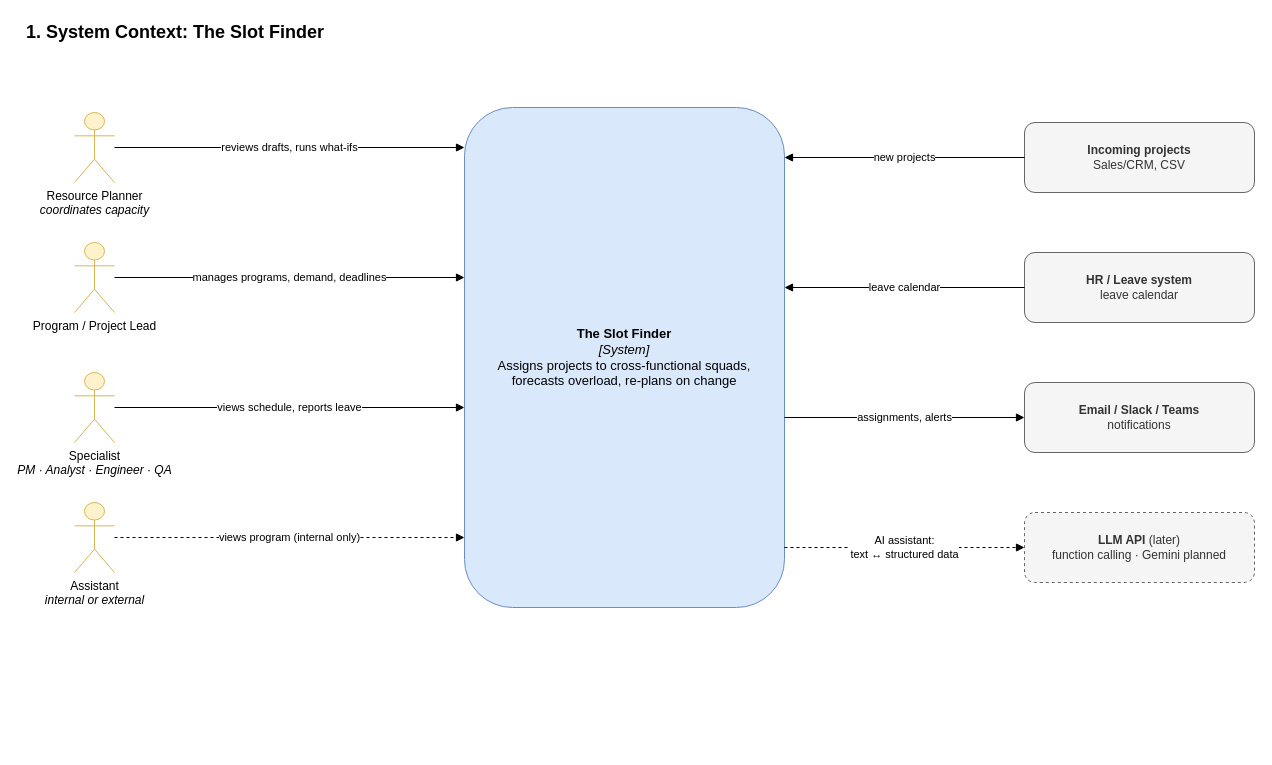
Earlier version of the draw.io diagram page "1. Context" (1 of 9) of docs/architecture.drawio (dophnamm/the-slot-finder). Source tidied: cells renumbered, new cells numbered last; positions are measured from the earlier drawing's top-left corner, leaving out a move shared by most shapes. Both pictures are drawn from the tidied source at 100%, with x=0, y=0 at pixel (24, 17).
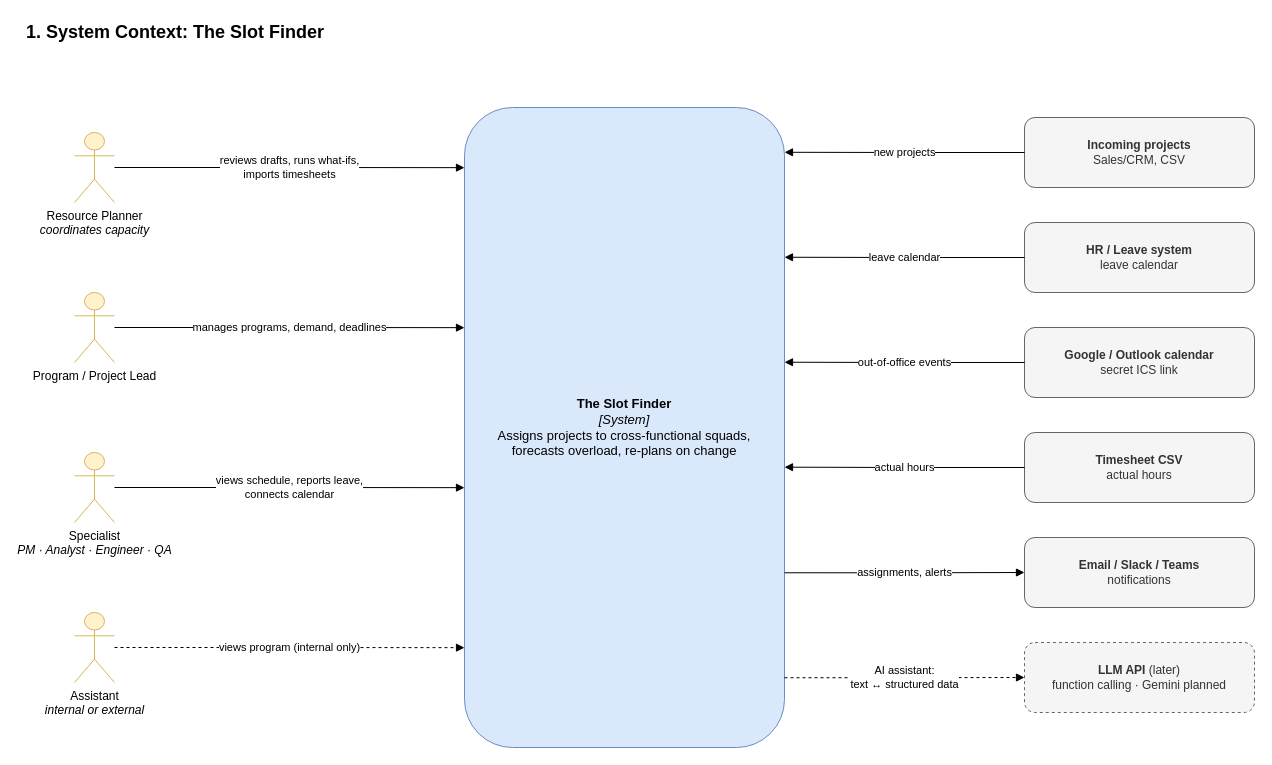
After the change.

Commit message (it also covers changes not shown here):
docs: calendars and actual hours in the architecture

Change to the diagram source:
```diff
@@
     <mxCell id="3" value="&lt;b&gt;The Slot Finder&lt;/b&gt;&lt;br&gt;&lt;i&gt;[System]&lt;/i&gt;&lt;br&gt;Assigns projects to cross-functional squads,&lt;br&gt;forecasts overload, re-plans on change" style="rounded=1;whiteSpace=wrap;html=1;fillColor=#dae8fc;strokeColor=#6c8ebf;fontSize=13;" parent="1" vertex="1">
-      <mxGeometry x="440" y="90" width="320" height="500" as="geometry" />
+      <mxGeometry x="440" y="90" width="320" height="640" as="geometry" />
     </mxCell>
     <mxCell id="4" value="Resource Planner&lt;br&gt;&lt;i&gt;coordinates capacity&lt;/i&gt;" style="shape=umlActor;verticalLabelPosition=bottom;verticalAlign=top;html=1;outlineConnect=0;fillColor=#fff2cc;strokeColor=#d6b656;" parent="1" vertex="1">
-      <mxGeometry x="50" y="95" width="40" height="70" as="geometry" />
+      <mxGeometry x="50" y="115" width="40" height="70" as="geometry" />
     </mxCell>
-    <mxCell id="5" value="reviews drafts, runs what-ifs" style="edgeStyle=orthogonalEdgeStyle;rounded=1;html=1;endArrow=block;endFill=1;fontSize=11;labelBackgroundColor=#ffffff;exitX=1;exitY=0.5;exitDx=0;exitDy=0;entryX=0;entryY=0.08;entryDx=0;entryDy=0;" parent="1" edge="1" source="4" target="3">
+    <mxCell id="5" value="reviews drafts, runs what-ifs,&lt;br&gt;imports timesheets" style="edgeStyle=orthogonalEdgeStyle;rounded=1;html=1;endArrow=block;endFill=1;fontSize=11;labelBackgroundColor=#ffffff;exitX=1;exitY=0.5;exitDx=0;exitDy=0;entryX=0;entryY=0.094;entryDx=0;entryDy=0;" parent="1" edge="1" source="4" target="3">
       <mxGeometry relative="1" as="geometry" />
     </mxCell>
     <mxCell id="6" value="Program / Project Lead" style="shape=umlActor;verticalLabelPosition=bottom;verticalAlign=top;html=1;outlineConnect=0;fillColor=#fff2cc;strokeColor=#d6b656;" parent="1" vertex="1">
-      <mxGeometry x="50" y="225" width="40" height="70" as="geometry" />
+      <mxGeometry x="50" y="275" width="40" height="70" as="geometry" />
     </mxCell>
-    <mxCell id="7" value="manages programs, demand, deadlines" style="edgeStyle=orthogonalEdgeStyle;rounded=1;html=1;endArrow=block;endFill=1;fontSize=11;labelBackgroundColor=#ffffff;exitX=1;exitY=0.5;exitDx=0;exitDy=0;entryX=0;entryY=0.34;entryDx=0;entryDy=0;" parent="1" edge="1" source="6" target="3">
+    <mxCell id="7" value="manages programs, demand, deadlines" style="edgeStyle=orthogonalEdgeStyle;rounded=1;html=1;endArrow=block;endFill=1;fontSize=11;labelBackgroundColor=#ffffff;exitX=1;exitY=0.5;exitDx=0;exitDy=0;entryX=0;entryY=0.344;entryDx=0;entryDy=0;" parent="1" edge="1" source="6" target="3">
       <mxGeometry relative="1" as="geometry" />
     </mxCell>
     <mxCell id="8" value="Specialist&lt;br&gt;&lt;i&gt;PM · Analyst · Engineer · QA&lt;/i&gt;" style="shape=umlActor;verticalLabelPosition=bottom;verticalAlign=top;html=1;outlineConnect=0;fillColor=#fff2cc;strokeColor=#d6b656;" parent="1" vertex="1">
-      <mxGeometry x="50" y="355" width="40" height="70" as="geometry" />
+      <mxGeometry x="50" y="435" width="40" height="70" as="geometry" />
     </mxCell>
-    <mxCell id="9" value="views schedule, reports leave" style="edgeStyle=orthogonalEdgeStyle;rounded=1;html=1;endArrow=block;endFill=1;fontSize=11;labelBackgroundColor=#ffffff;exitX=1;exitY=0.5;exitDx=0;exitDy=0;entryX=0;entryY=0.6;entryDx=0;entryDy=0;" parent="1" edge="1" source="8" target="3">
+    <mxCell id="9" value="views schedule, reports leave,&lt;br&gt;connects calendar" style="edgeStyle=orthogonalEdgeStyle;rounded=1;html=1;endArrow=block;endFill=1;fontSize=11;labelBackgroundColor=#ffffff;exitX=1;exitY=0.5;exitDx=0;exitDy=0;entryX=0;entryY=0.594;entryDx=0;entryDy=0;" parent="1" edge="1" source="8" target="3">
       <mxGeometry relative="1" as="geometry" />
     </mxCell>
     <mxCell id="10" value="Assistant&lt;br&gt;&lt;i&gt;internal or external&lt;/i&gt;" style="shape=umlActor;verticalLabelPosition=bottom;verticalAlign=top;html=1;outlineConnect=0;fillColor=#fff2cc;strokeColor=#d6b656;" parent="1" vertex="1">
-      <mxGeometry x="50" y="485" width="40" height="70" as="geometry" />
+      <mxGeometry x="50" y="595" width="40" height="70" as="geometry" />
     </mxCell>
-    <mxCell id="11" value="views program (internal only)" style="edgeStyle=orthogonalEdgeStyle;rounded=1;html=1;endArrow=block;endFill=1;dashed=1;fontSize=11;labelBackgroundColor=#ffffff;exitX=1;exitY=0.5;exitDx=0;exitDy=0;entryX=0;entryY=0.86;entryDx=0;entryDy=0;" parent="1" edge="1" source="10" target="3">
+    <mxCell id="11" value="views program (internal only)" style="edgeStyle=orthogonalEdgeStyle;rounded=1;html=1;endArrow=block;endFill=1;dashed=1;fontSize=11;labelBackgroundColor=#ffffff;exitX=1;exitY=0.5;exitDx=0;exitDy=0;entryX=0;entryY=0.844;entryDx=0;entryDy=0;" parent="1" edge="1" source="10" target="3">
       <mxGeometry relative="1" as="geometry" />
     </mxCell>
     <mxCell id="12" value="&lt;b&gt;Incoming projects&lt;/b&gt;&lt;br&gt;Sales/CRM, CSV" style="rounded=1;whiteSpace=wrap;html=1;fillColor=#f5f5f5;strokeColor=#666666;fontColor=#333333;" parent="1" vertex="1">
-      <mxGeometry x="1000" y="105" width="230" height="70" as="geometry" />
+      <mxGeometry x="1000" y="100" width="230" height="70" as="geometry" />
     </mxCell>
-    <mxCell id="13" value="new projects" style="edgeStyle=orthogonalEdgeStyle;rounded=1;html=1;endArrow=block;endFill=1;fontSize=11;labelBackgroundColor=#ffffff;exitX=0;exitY=0.5;exitDx=0;exitDy=0;entryX=1;entryY=0.1;entryDx=0;entryDy=0;" parent="1" edge="1" source="12" target="3">
+    <mxCell id="13" value="new projects" style="edgeStyle=orthogonalEdgeStyle;rounded=1;html=1;endArrow=block;endFill=1;fontSize=11;labelBackgroundColor=#ffffff;exitX=0;exitY=0.5;exitDx=0;exitDy=0;entryX=1;entryY=0.07;entryDx=0;entryDy=0;" parent="1" edge="1" source="12" target="3">
       <mxGeometry relative="1" as="geometry" />
     </mxCell>
     <mxCell id="14" value="&lt;b&gt;HR / Leave system&lt;/b&gt;&lt;br&gt;leave calendar" style="rounded=1;whiteSpace=wrap;html=1;fillColor=#f5f5f5;strokeColor=#666666;fontColor=#333333;" parent="1" vertex="1">
-      <mxGeometry x="1000" y="235" width="230" height="70" as="geometry" />
+      <mxGeometry x="1000" y="205" width="230" height="70" as="geometry" />
     </mxCell>
-    <mxCell id="15" value="leave calendar" style="edgeStyle=orthogonalEdgeStyle;rounded=1;html=1;endArrow=block;endFill=1;fontSize=11;labelBackgroundColor=#ffffff;exitX=0;exitY=0.5;exitDx=0;exitDy=0;entryX=1;entryY=0.36;entryDx=0;entryDy=0;" parent="1" edge="1" source="14" target="3">
+    <mxCell id="15" value="leave calendar" style="edgeStyle=orthogonalEdgeStyle;rounded=1;html=1;endArrow=block;endFill=1;fontSize=11;labelBackgroundColor=#ffffff;exitX=0;exitY=0.5;exitDx=0;exitDy=0;entryX=1;entryY=0.234;entryDx=0;entryDy=0;" parent="1" edge="1" source="14" target="3">
       <mxGeometry relative="1" as="geometry" />
     </mxCell>
-    <mxCell id="16" value="&lt;b&gt;Email / Slack / Teams&lt;/b&gt;&lt;br&gt;notifications" style="rounded=1;whiteSpace=wrap;html=1;fillColor=#f5f5f5;strokeColor=#666666;fontColor=#333333;" parent="1" vertex="1">
-      <mxGeometry x="1000" y="365" width="230" height="70" as="geometry" />
+    <mxCell id="16" value="&lt;b&gt;Google / Outlook calendar&lt;/b&gt;&lt;br&gt;secret ICS link" style="rounded=1;whiteSpace=wrap;html=1;fillColor=#f5f5f5;strokeColor=#666666;fontColor=#333333;" parent="1" vertex="1">
+      <mxGeometry x="1000" y="310" width="230" height="70" as="geometry" />
     </mxCell>
-    <mxCell id="17" value="assignments, alerts" style="edgeStyle=orthogonalEdgeStyle;rounded=1;html=1;endArrow=block;endFill=1;fontSize=11;labelBackgroundColor=#ffffff;exitX=1;exitY=0.62;exitDx=0;exitDy=0;entryX=0;entryY=0.5;entryDx=0;entryDy=0;" parent="1" edge="1" source="3" target="16">
+    <mxCell id="17" value="out-of-office events" style="edgeStyle=orthogonalEdgeStyle;rounded=1;html=1;endArrow=block;endFill=1;fontSize=11;labelBackgroundColor=#ffffff;exitX=0;exitY=0.5;exitDx=0;exitDy=0;entryX=1;entryY=0.398;entryDx=0;entryDy=0;" parent="1" edge="1" source="16" target="3">
       <mxGeometry relative="1" as="geometry" />
     </mxCell>
-    <mxCell id="18" value="&lt;b&gt;LLM API&lt;/b&gt; (later)&lt;br&gt;function calling · Gemini planned" style="rounded=1;whiteSpace=wrap;html=1;fillColor=#f5f5f5;strokeColor=#666666;fontColor=#333333;dashed=1;" parent="1" vertex="1">
-      <mxGeometry x="1000" y="495" width="230" height="70" as="geometry" />
+    <mxCell id="18" value="&lt;b&gt;Timesheet CSV&lt;/b&gt;&lt;br&gt;actual hours" style="rounded=1;whiteSpace=wrap;html=1;fillColor=#f5f5f5;strokeColor=#666666;fontColor=#333333;" parent="1" vertex="1">
+      <mxGeometry x="1000" y="415" width="230" height="70" as="geometry" />
     </mxCell>
-    <mxCell id="19" value="AI assistant:&lt;br&gt;text ↔ structured data" style="edgeStyle=orthogonalEdgeStyle;rounded=1;html=1;endArrow=block;endFill=1;dashed=1;fontSize=11;labelBackgroundColor=#ffffff;exitX=1;exitY=0.88;exitDx=0;exitDy=0;entryX=0;entryY=0.5;entryDx=0;entryDy=0;" parent="1" edge="1" source="3" target="18">
+    <mxCell id="19" value="actual hours" style="edgeStyle=orthogonalEdgeStyle;rounded=1;html=1;endArrow=block;endFill=1;fontSize=11;labelBackgroundColor=#ffffff;exitX=0;exitY=0.5;exitDx=0;exitDy=0;entryX=1;entryY=0.562;entryDx=0;entryDy=0;" parent="1" edge="1" source="18" target="3">
       <mxGeometry relative="1" as="geometry" />
     </mxCell>
+    <mxCell id="20" value="&lt;b&gt;Email / Slack / Teams&lt;/b&gt;&lt;br&gt;notifications" style="rounded=1;whiteSpace=wrap;html=1;fillColor=#f5f5f5;strokeColor=#666666;fontColor=#333333;" parent="1" vertex="1">
+      <mxGeometry x="1000" y="520" width="230" height="70" as="geometry" />
+    </mxCell>
+    <mxCell id="21" value="assignments, alerts" style="edgeStyle=orthogonalEdgeStyle;rounded=1;html=1;endArrow=block;endFill=1;fontSize=11;labelBackgroundColor=#ffffff;exitX=1;exitY=0.727;exitDx=0;exitDy=0;entryX=0;entryY=0.5;entryDx=0;entryDy=0;" parent="1" edge="1" source="3" target="20">
+      <mxGeometry relative="1" as="geometry" />
+    </mxCell>
+    <mxCell id="22" value="&lt;b&gt;LLM API&lt;/b&gt; (later)&lt;br&gt;function calling · Gemini planned" style="rounded=1;whiteSpace=wrap;html=1;fillColor=#f5f5f5;strokeColor=#666666;fontColor=#333333;dashed=1;" parent="1" vertex="1">
+      <mxGeometry x="1000" y="625" width="230" height="70" as="geometry" />
+    </mxCell>
+    <mxCell id="23" value="AI assistant:&lt;br&gt;text ↔ structured data" style="edgeStyle=orthogonalEdgeStyle;rounded=1;html=1;endArrow=block;endFill=1;dashed=1;fontSize=11;labelBackgroundColor=#ffffff;exitX=1;exitY=0.891;exitDx=0;exitDy=0;entryX=0;entryY=0.5;entryDx=0;entryDy=0;" parent="1" edge="1" source="3" target="22">
+      <mxGeometry relative="1" as="geometry" />
+    </mxCell>
```
